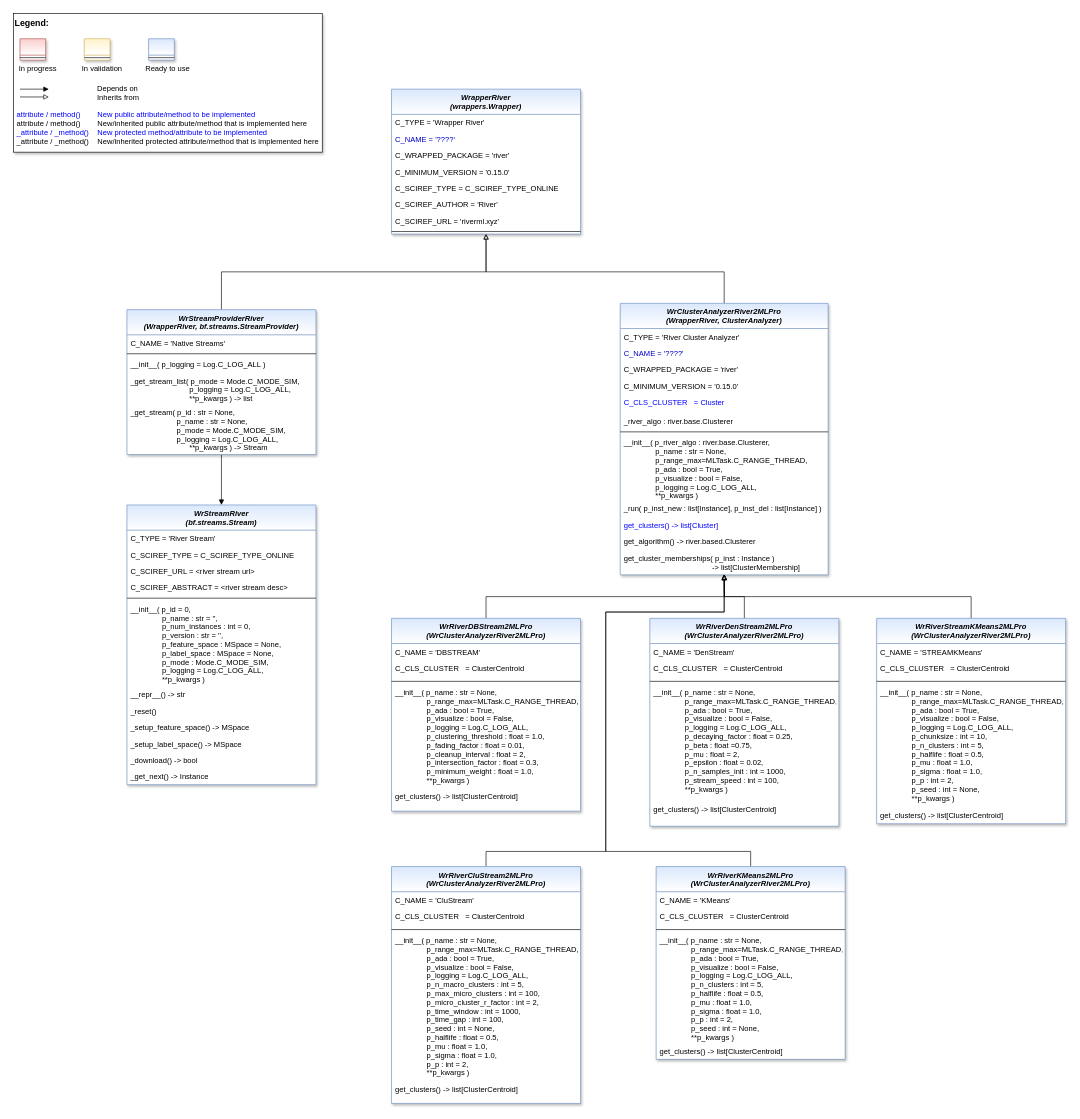
Earlier version of the draw.io diagram doc/rtd/content/04_appendices/appendix2/sub/wrappers/images/MLPro-Wrappers-River.drawio (fhswf/MLPro). Source tidied: cells renumbered, new cells numbered last; positions are measured from the earlier drawing's top-left corner, leaving out a move shared by most shapes. Both pictures are drawn from the tidied source at 63%, with x=0, y=0 at pixel (13, 13).
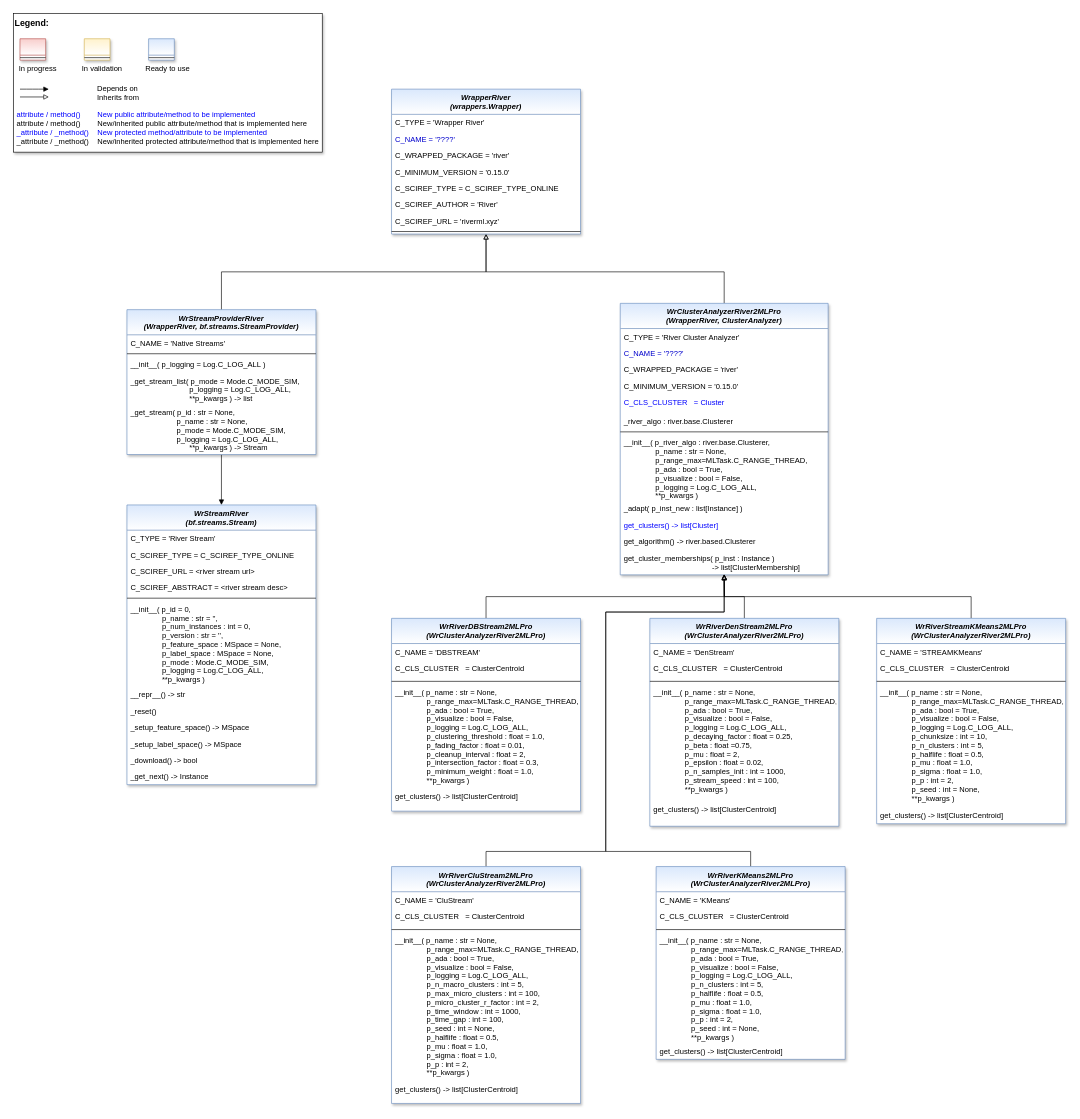
The same page after the edit.

Commit message (it also covers changes not shown here):
WR: Wrapper River 2.0.0 #735

Unchanged cells that the change refers to:
```xml
<mxCell id="20" value="WrClusterAnalyzerRiver2MLPro &#10;(WrapperRiver, ClusterAnalyzer)" style="swimlane;fontStyle=3;align=center;verticalAlign=top;horizontal=1;startSize=40;rounded=0;shadow=1;strokeWidth=1;fillColor=#dae8fc;strokeColor=#6c8ebf;swimlaneFillColor=#ffffff;gradientColor=#FFFFFF;" parent="1" vertex="1">
  <mxGeometry x="963" y="460" width="330" height="431" as="geometry" />
</mxCell>
```

Change to the diagram source:
```diff
@@
-    <mxCell id="29" value="_run( p_inst_new : list[Instance], p_inst_del : list[Instance] )" style="text;align=left;verticalAlign=top;spacingLeft=4;spacingRight=4;overflow=hidden;fontColor=default;" parent="20" vertex="1">
+    <mxCell id="29" value="_adapt( p_inst_new : list[Instance] )" style="text;align=left;verticalAlign=top;spacingLeft=4;spacingRight=4;overflow=hidden;fontColor=default;" parent="20" vertex="1">
       <mxGeometry y="312" width="330" height="27" as="geometry" />
     </mxCell>
```
